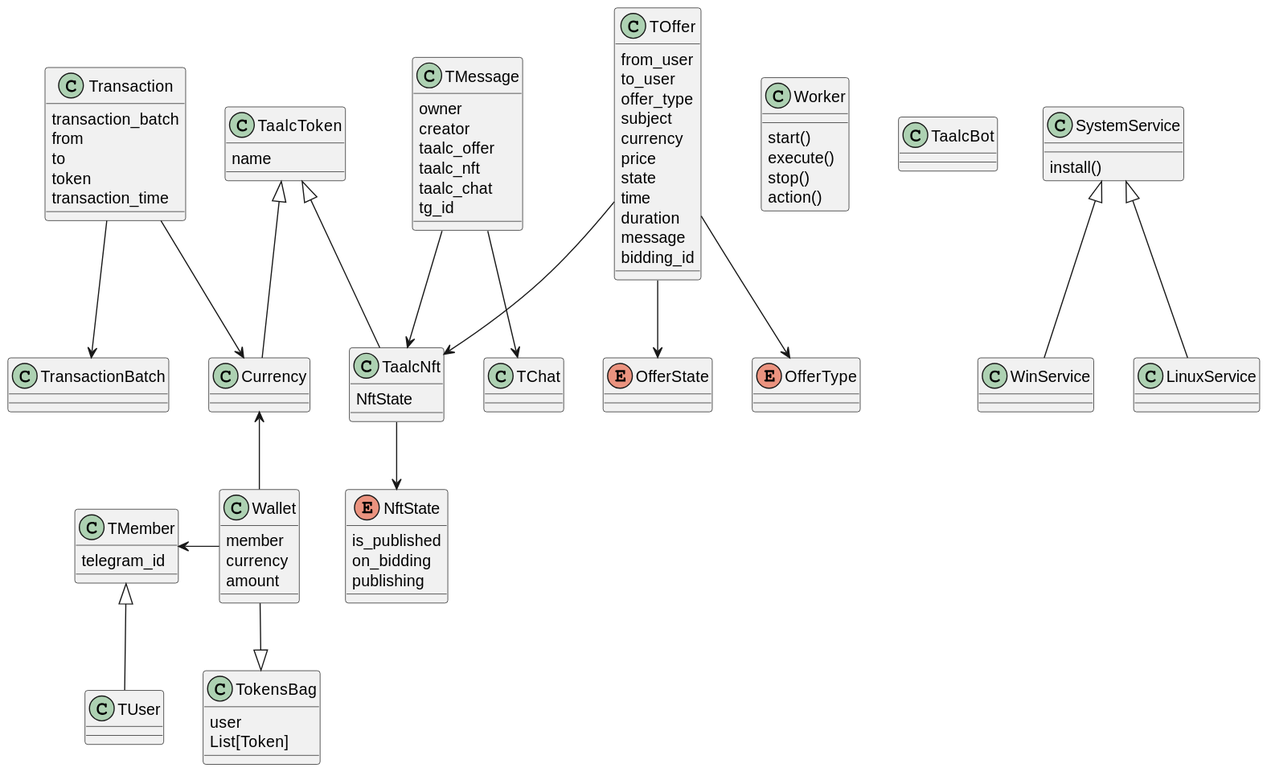
This is out/uml/model/model.svg from nagvalhm/TAALC, a PlantUML export, as it was before one commit.
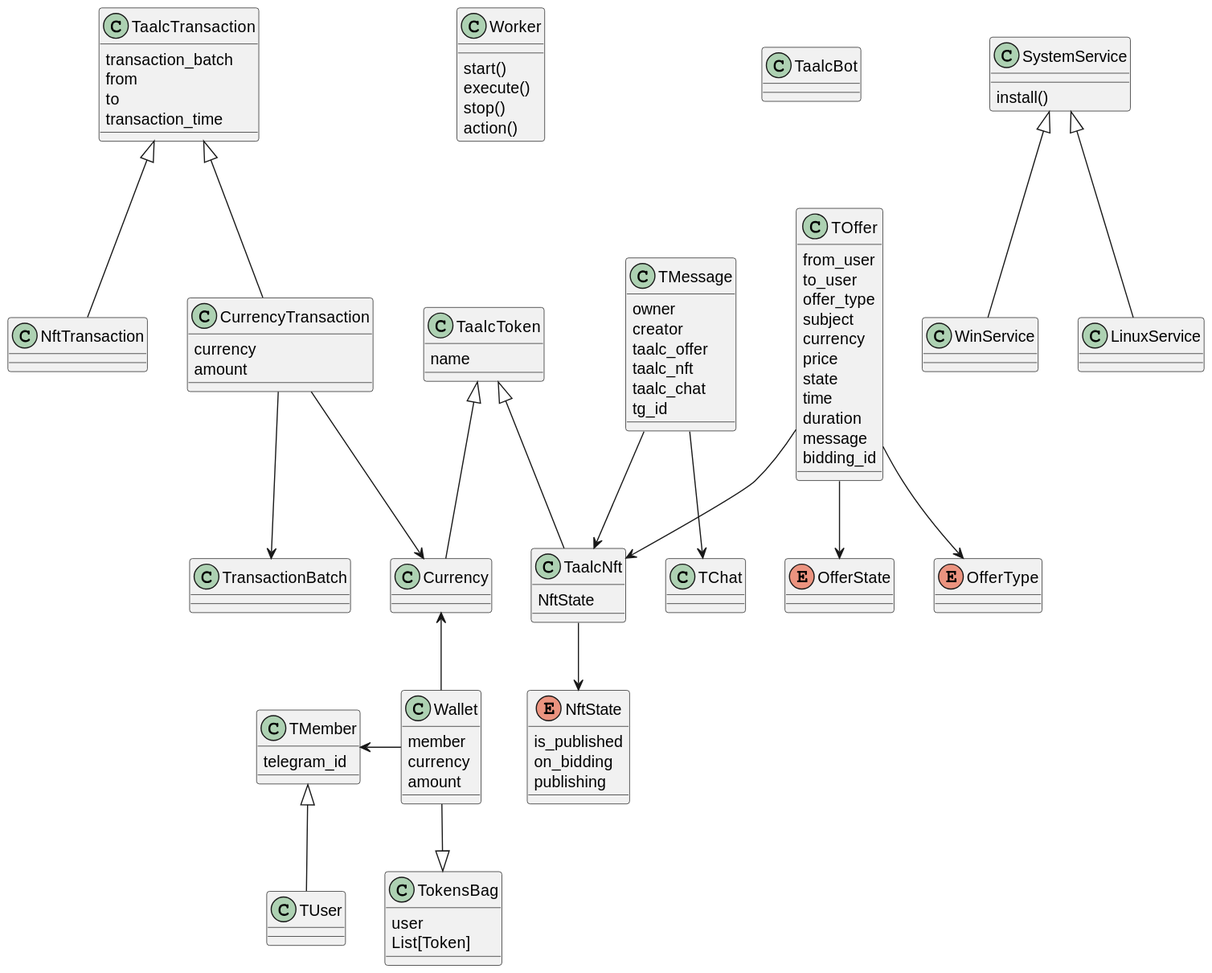
After the commit.

Commit message:
renamed transaction to currency_transaction

Diff of the diagram source:
```diff
@@ -9,13 +9,19 @@
 
 class TaalcBot{}
 
-class Transaction{
+class TaalcTransaction{
     transaction_batch
     from
     to
-    token
     transaction_time
 }
+
+class CurrencyTransaction{
+    currency
+    amount
+}
+
+class NftTransaction{}
 
 class TransactionBatch{}
 
@@ -103,8 +109,10 @@
 
 Wallet -up-> Currency
 Wallet -left-> TMember
-Transaction --> TransactionBatch
-Transaction --> Currency
+CurrencyTransaction -up-|> TaalcTransaction
+NftTransaction -up-|> TaalcTransaction
+CurrencyTransaction --> TransactionBatch
+CurrencyTransaction --> Currency
 
 TOffer --> OfferType
 TOffer --> OfferState
```
